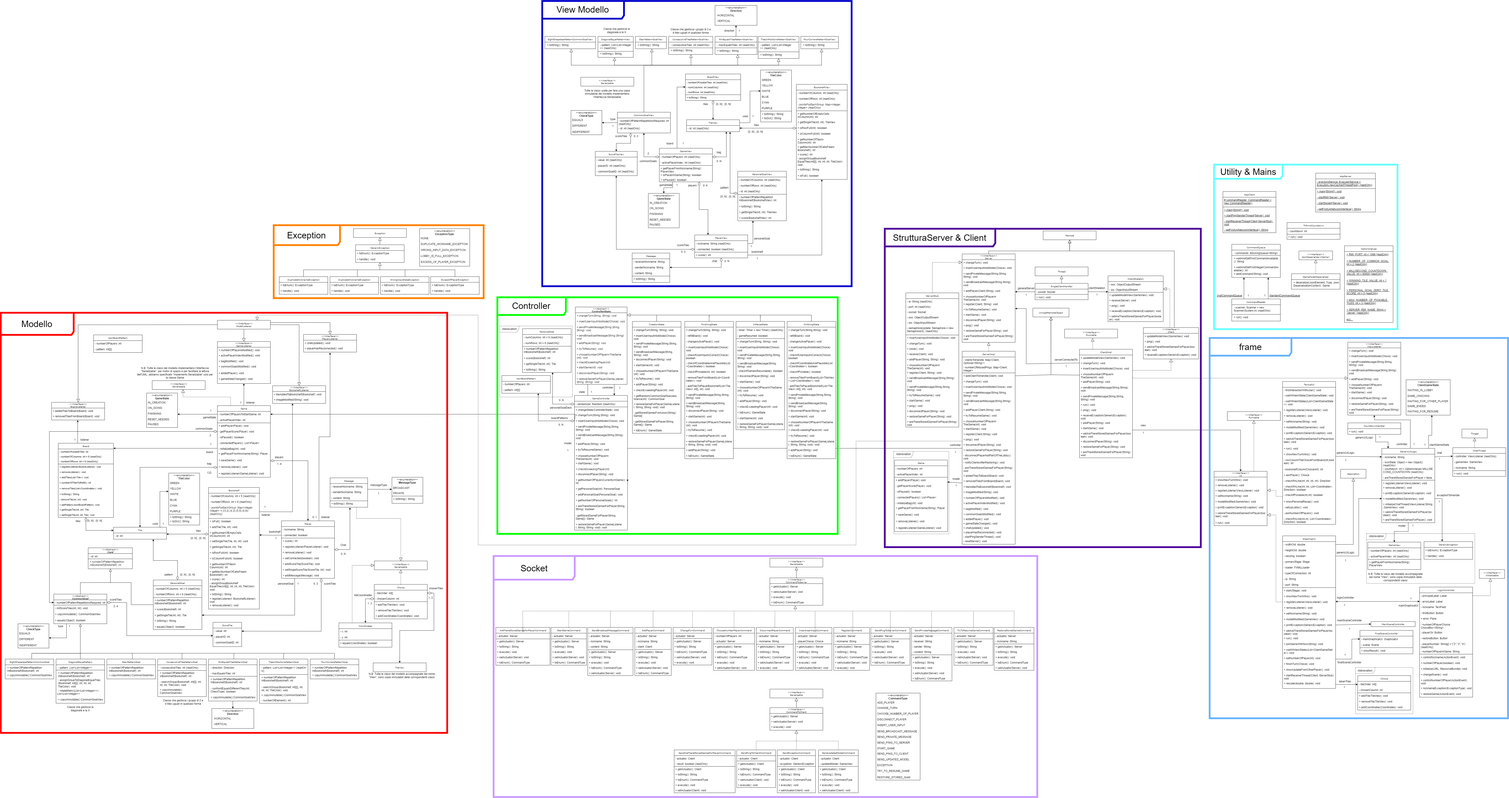
Above: documents/UML Diagram.png in zizzeroni/ing-sw-2023-rovelli-pessina-riccardi-tosetti (draw.io), before the change. Source tidied: cells renumbered, new cells last; positions are measured from the earlier drawing's top-left corner, leaving out a move shared by most shapes.
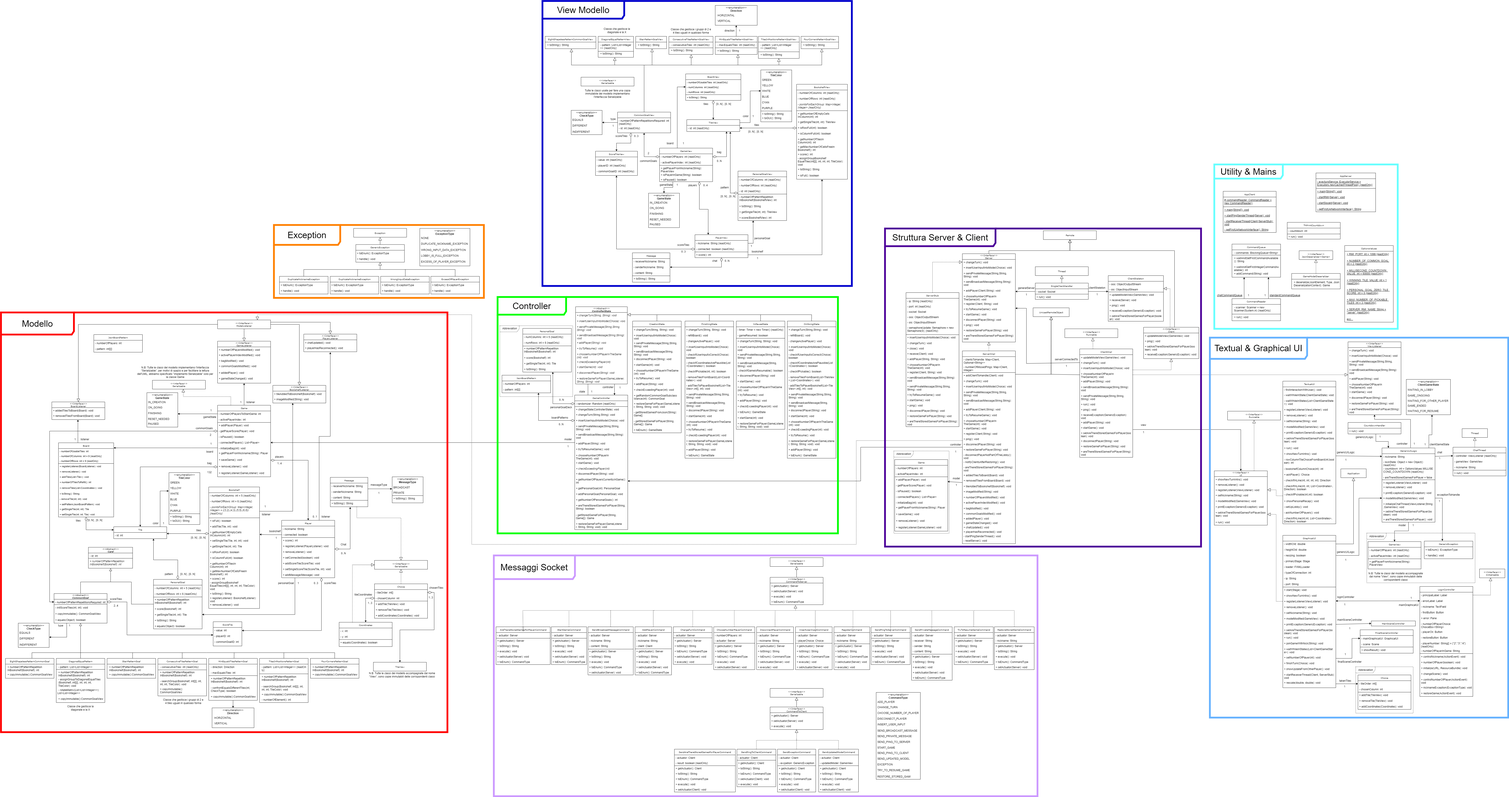
After the commit.

The edit, as a diff of the source:
```diff
@@ -101,9 +101,9 @@
     <mxCell id="30" value="- commonGoalID: int" style="text;html=1;strokeColor=none;fillColor=none;align=left;verticalAlign=top;spacingLeft=4;spacingRight=4;whiteSpace=wrap;overflow=hidden;" parent="27" vertex="1">
       <mxGeometry y="78" width="130" height="26" as="geometry" />
     </mxCell>
-    <mxCell id="31" style="edgeStyle=orthogonalEdgeStyle;rounded=0;jettySize=auto;html=1;entryX=-0.008;entryY=0.045;entryDx=0;entryDy=0;entryPerimeter=0;exitX=0.75;exitY=0;exitDx=0;exitDy=0;" parent="1" edge="1" target="25">
+    <mxCell id="31" style="edgeStyle=orthogonalEdgeStyle;rounded=0;jettySize=auto;html=1;entryX=-0.008;entryY=0.045;entryDx=0;entryDy=0;entryPerimeter=0;" parent="1" edge="1" target="25">
       <mxGeometry relative="1" as="geometry">
-        <mxPoint x="730" y="2380" as="sourcePoint" />
+        <mxPoint x="720" y="2380" as="sourcePoint" />
         <Array as="points">
           <mxPoint x="720" y="2380" />
           <mxPoint x="720" y="2218" />
@@ -784,7 +784,7 @@
       <mxGeometry y="570" width="240" height="39" as="geometry" />
     </mxCell>
     <mxCell id="210" value="model" style="text;html=1;strokeColor=none;fillColor=none;align=center;verticalAlign=middle;whiteSpace=wrap;rounded=0;" parent="1" vertex="1">
-      <mxGeometry x="2536" y="1986" width="60" height="30" as="geometry" />
+      <mxGeometry x="2536" y="1970" width="60" height="30" as="geometry" />
     </mxCell>
     <mxCell id="211" value="PURPLE" style="text;html=1;strokeColor=none;fillColor=none;align=left;verticalAlign=top;spacingLeft=4;spacingRight=4;whiteSpace=wrap;overflow=hidden;" parent="1" vertex="1">
       <mxGeometry x="760" y="2295" width="140" height="26" as="geometry" />
@@ -799,12 +799,13 @@
       <mxGeometry x="1520" y="2486" width="60" height="30" as="geometry" />
     </mxCell>
     <mxCell id="215" value="1" style="text;html=1;strokeColor=none;fillColor=none;align=center;verticalAlign=middle;whiteSpace=wrap;rounded=0;" parent="1" vertex="1">
-      <mxGeometry x="2536" y="2018" width="60" height="30" as="geometry" />
+      <mxGeometry x="2536" y="2002" width="60" height="30" as="geometry" />
     </mxCell>
-    <mxCell id="216" style="edgeStyle=orthogonalEdgeStyle;rounded=0;jettySize=auto;html=1;entryX=1;entryY=0.5;entryDx=0;entryDy=0;exitX=0;exitY=0.5;exitDx=0;exitDy=0;" parent="1" edge="1" source="194" target="100">
+    <mxCell id="216" style="edgeStyle=orthogonalEdgeStyle;rounded=0;jettySize=auto;html=1;entryX=1;entryY=0.5;entryDx=0;entryDy=0;" parent="1" edge="1" target="106">
       <mxGeometry relative="1" as="geometry">
+        <mxPoint x="2596" y="2010" as="sourcePoint" />
         <Array as="points">
-          <mxPoint x="2599" y="1869" />
+          <mxPoint x="2596" y="1999" />
         </Array>
       </mxGeometry>
     </mxCell>
@@ -1648,11 +1649,12 @@
     <mxCell id="471" value="+ run(): void" style="text;html=1;strokeColor=none;fillColor=none;align=left;verticalAlign=top;spacingLeft=4;spacingRight=4;whiteSpace=wrap;overflow=hidden;fontStyle=0;" parent="463" vertex="1">
       <mxGeometry y="220" width="240" height="26" as="geometry" />
     </mxCell>
-    <mxCell id="472" style="edgeStyle=orthogonalEdgeStyle;rounded=0;jettySize=auto;html=1;entryX=1;entryY=0.5;entryDx=0;entryDy=0;" parent="1" edge="1" target="203">
+    <mxCell id="472" style="edgeStyle=orthogonalEdgeStyle;rounded=0;jettySize=auto;html=1;entryX=1;entryY=0.5;entryDx=0;entryDy=0;exitX=1;exitY=0;exitDx=0;exitDy=0;" parent="1" edge="1" source="474" target="203">
       <mxGeometry relative="1" as="geometry">
-        <mxPoint x="4350" y="2096" as="sourcePoint" />
         <Array as="points">
-          <mxPoint x="4350" y="2023" />
+          <mxPoint x="4350" y="2020" />
+          <mxPoint x="3890" y="2020" />
+          <mxPoint x="3890" y="2173" />
         </Array>
       </mxGeometry>
     </mxCell>
@@ -1691,14 +1693,15 @@
     <mxCell id="483" value="Thread" style="swimlane;html=1;fontStyle=0;horizontal=1;startSize=60;fillColor=none;swimlaneFillColor=#ffffff;rounded=0;shadow=0;comic=0;labelBackgroundColor=none;strokeWidth=1;fontFamily=Verdana;fontSize=10;align=center;" parent="1" vertex="1">
       <mxGeometry x="4680" y="1203" width="240" height="40" as="geometry" />
     </mxCell>
-    <mxCell id="484" style="edgeStyle=orthogonalEdgeStyle;rounded=0;jettySize=auto;html=1;entryX=0.75;entryY=0;entryDx=0;entryDy=0;endArrow=block;endFill=0;endSize=12;dashed=1;exitX=0;exitY=0.5;exitDx=0;exitDy=0;" parent="1" edge="1" source="292" target="236">
+    <mxCell id="484" style="edgeStyle=orthogonalEdgeStyle;rounded=0;jettySize=auto;html=1;entryX=0.75;entryY=0;entryDx=0;entryDy=0;endArrow=block;endFill=0;endSize=12;dashed=1;" parent="1" edge="1" target="236">
       <mxGeometry relative="1" as="geometry">
+        <mxPoint x="4350" y="1990" as="sourcePoint" />
         <Array as="points">
           <mxPoint x="4350" y="1990" />
           <mxPoint x="3870" y="1990" />
           <mxPoint x="3870" y="2460" />
-          <mxPoint x="2160" y="2460" />
-          <mxPoint x="2160" y="1420" />
+          <mxPoint x="2130" y="2460" />
+          <mxPoint x="2130" y="1420" />
           <mxPoint x="1160" y="1420" />
         </Array>
       </mxGeometry>
@@ -2944,10 +2947,10 @@
         </Array>
       </mxGeometry>
     </mxCell>
-    <mxCell id="843" style="edgeStyle=orthogonalEdgeStyle;rounded=0;jettySize=auto;html=1;exitX=1;exitY=0.5;exitDx=0;exitDy=0;entryX=0.006;entryY=0.335;entryDx=0;entryDy=0;endArrow=block;endFill=0;startSize=6;endSize=12;dashed=1;entryPerimeter=0;" parent="1" edge="1" source="323" target="226">
+    <mxCell id="843" style="edgeStyle=orthogonalEdgeStyle;rounded=0;jettySize=auto;html=1;exitX=1;exitY=0.5;exitDx=0;exitDy=0;endArrow=block;endFill=0;startSize=6;endSize=12;dashed=1;" parent="1" edge="1" source="323" target="225">
       <mxGeometry relative="1" as="geometry">
         <Array as="points">
-          <mxPoint x="5121" y="1706" />
+          <mxPoint x="5121" y="1690" />
         </Array>
       </mxGeometry>
     </mxCell>
@@ -3726,7 +3729,7 @@
     <mxCell id="1057" value="+ areThereStoredGamesForPlayer(): void" style="text;html=1;strokeColor=none;fillColor=none;align=left;verticalAlign=top;spacingLeft=4;spacingRight=4;whiteSpace=wrap;overflow=hidden;" parent="1045" vertex="1">
       <mxGeometry y="310" width="240" height="26" as="geometry" />
     </mxCell>
-    <mxCell id="1058" style="edgeStyle=orthogonalEdgeStyle;rounded=0;jettySize=auto;html=1;exitX=0.5;exitY=0;exitDx=0;exitDy=0;entryX=0.5;entryY=1;entryDx=0;entryDy=0;endArrow=block;endFill=0;endSize=12;dashed=1;" parent="1" edge="1" source="1059" target="1121">
+    <mxCell id="1058" style="edgeStyle=orthogonalEdgeStyle;rounded=0;jettySize=auto;html=1;exitX=0.411;exitY=0.002;exitDx=0;exitDy=0;entryX=0.5;entryY=1;entryDx=0;entryDy=0;endArrow=block;endFill=0;endSize=12;dashed=1;exitPerimeter=0;" parent="1" edge="1" source="1059" target="1121">
       <mxGeometry relative="1" as="geometry" />
     </mxCell>
     <mxCell id="1059" value="ChatThread" style="swimlane;html=1;fontStyle=0;horizontal=1;startSize=26;fillColor=none;swimlaneFillColor=#ffffff;rounded=0;shadow=0;comic=0;labelBackgroundColor=none;strokeWidth=1;fontFamily=Verdana;fontSize=10;align=center;" parent="1" vertex="1">
@@ -4217,13 +4220,13 @@
     <mxCell id="1189" value="&lt;span style=&quot;font-size: 40px;&quot;&gt;Controller&lt;/span&gt;" style="shape=umlFrame;whiteSpace=wrap;html=1;width=310;height=80;strokeWidth=8;strokeColor=#00FF00;" parent="1" vertex="1">
       <mxGeometry x="2247" y="1340" width="1540" height="1070" as="geometry" />
     </mxCell>
-    <mxCell id="1190" value="&lt;font style=&quot;font-size: 40px;&quot;&gt;Socket&lt;/font&gt;" style="shape=umlFrame;whiteSpace=wrap;html=1;strokeWidth=8;strokeColor=#CC99FF;width=367;height=107;" parent="1" vertex="1">
+    <mxCell id="1190" value="&lt;span style=&quot;font-size: 40px;&quot;&gt;Messaggi Socket&lt;/span&gt;" style="shape=umlFrame;whiteSpace=wrap;html=1;strokeWidth=8;strokeColor=#CC99FF;width=367;height=107;" parent="1" vertex="1">
       <mxGeometry x="2230" y="2510" width="2460" height="1090" as="geometry" />
     </mxCell>
-    <mxCell id="1191" value="&lt;font style=&quot;font-size: 40px;&quot;&gt;StrutturaServer &amp;amp; Client&lt;/font&gt;" style="shape=umlFrame;whiteSpace=wrap;html=1;strokeWidth=8;strokeColor=#4C0099;width=500;height=80;" parent="1" vertex="1">
+    <mxCell id="1191" value="&lt;font style=&quot;font-size: 40px;&quot;&gt;Struttura Server &amp;amp; Client&lt;/font&gt;" style="shape=umlFrame;whiteSpace=wrap;html=1;strokeWidth=8;strokeColor=#4C0099;width=500;height=80;" parent="1" vertex="1">
       <mxGeometry x="4000" y="1030" width="1430" height="1440" as="geometry" />
     </mxCell>
-    <mxCell id="1192" value="&lt;font style=&quot;font-size: 40px;&quot;&gt;frame&lt;/font&gt;" style="shape=umlFrame;whiteSpace=wrap;html=1;width=370;height=80;strokeWidth=8;strokeColor=#66B2FF;" parent="1" vertex="1">
+    <mxCell id="1192" value="&lt;font style=&quot;font-size: 40px;&quot;&gt;Textual &amp;amp; Graphical UI&lt;/font&gt;" style="shape=umlFrame;whiteSpace=wrap;html=1;width=440;height=96;strokeWidth=8;strokeColor=#66B2FF;" parent="1" vertex="1">
       <mxGeometry x="5470" y="1524" width="1350" height="1720" as="geometry" />
     </mxCell>
     <mxCell id="1193" value="&lt;font style=&quot;font-size: 40px;&quot;&gt;Utility &amp;amp; Mains&lt;/font&gt;" style="shape=umlFrame;whiteSpace=wrap;html=1;strokeWidth=8;width=310;height=64;fontSize=11;strokeColor=#66FFFF;" parent="1" vertex="1">
```
